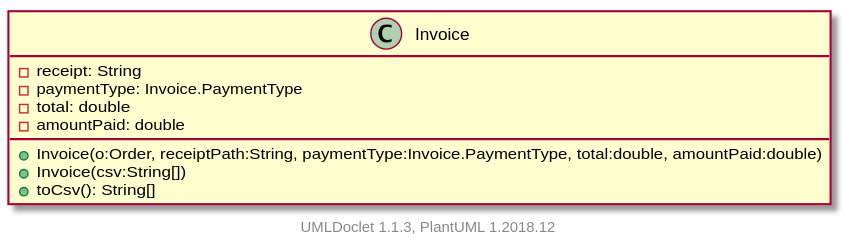
This is projects/oodp/html/umlversion/uml/sg.edu.ntu.scse.cz2002.features.Invoice.svg from itachi1706/How-to-use-Git-NTUSCSE1819-Site, a PlantUML export, as it was before one commit.
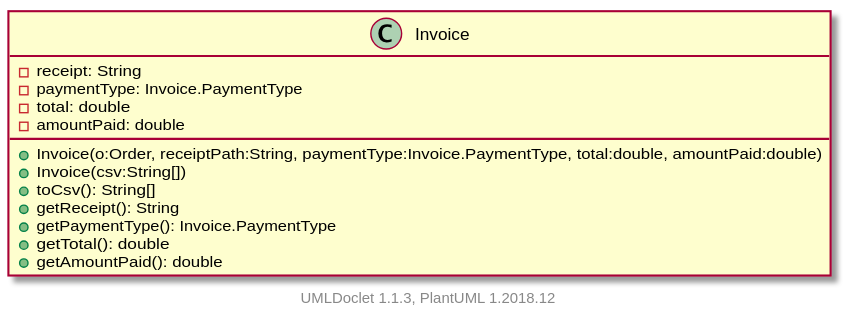
After the commit.

Diff of the diagram source:
```diff
@@ -8,6 +8,10 @@
         +Invoice(o:Order, receiptPath:String, paymentType:Invoice.PaymentType, total:double, amountPaid:double)
         +Invoice(csv:String[])
         +toCsv(): String[]
+        +getReceipt(): String
+        +getPaymentType(): Invoice.PaymentType
+        +getTotal(): double
+        +getAmountPaid(): double
     }
 
 
```
